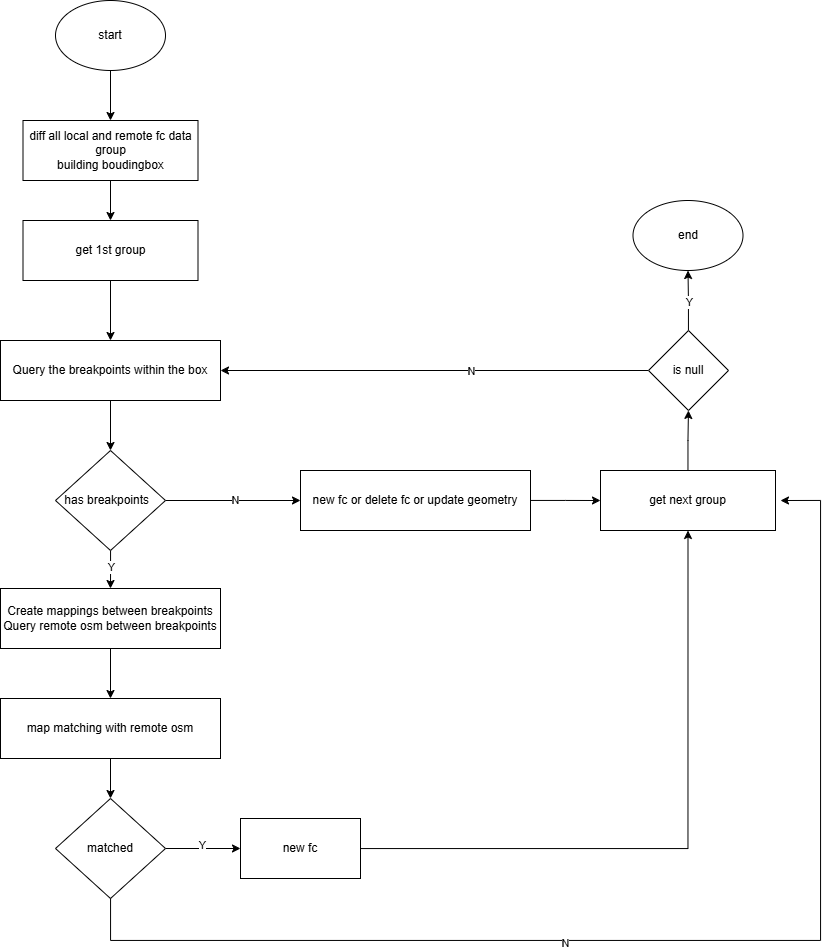
This is expired fc.drawio.png from 472542625/drawio, a draw.io export, as it was before one commit. Source tidied: cells renumbered, new cells last; positions are measured from the earlier drawing's top-left corner, leaving out a move shared by most shapes. Source of this version:
```xml
<mxGraphModel>
  <root>
    <mxCell id="0" />
    <mxCell id="1" parent="0" />
    <mxCell id="2" style="edgeStyle=orthogonalEdgeStyle;rounded=0;jettySize=auto;html=1;entryX=0.5;entryY=0;entryDx=0;entryDy=0;" parent="1" edge="1" source="3" target="7">
      <mxGeometry relative="1" as="geometry" />
    </mxCell>
    <mxCell id="3" value="diff all local and remote fc data&lt;div&gt;group&lt;/div&gt;&lt;div&gt;building boudingbox&lt;/div&gt;" style="rounded=0;whiteSpace=wrap;html=1;" parent="1" vertex="1">
      <mxGeometry x="22.5" y="120" width="175" height="60" as="geometry" />
    </mxCell>
    <mxCell id="4" style="edgeStyle=orthogonalEdgeStyle;rounded=0;jettySize=auto;html=1;entryX=0.5;entryY=0;entryDx=0;entryDy=0;" parent="1" edge="1" source="5" target="3">
      <mxGeometry relative="1" as="geometry" />
    </mxCell>
    <mxCell id="5" value="start" style="ellipse;whiteSpace=wrap;html=1;" parent="1" vertex="1">
      <mxGeometry x="55" width="110" height="70" as="geometry" />
    </mxCell>
    <mxCell id="6" style="edgeStyle=orthogonalEdgeStyle;rounded=0;jettySize=auto;html=1;" parent="1" edge="1" source="7" target="9">
      <mxGeometry relative="1" as="geometry" />
    </mxCell>
    <mxCell id="7" value="get 1st group" style="rounded=0;whiteSpace=wrap;html=1;" parent="1" vertex="1">
      <mxGeometry x="22.5" y="220" width="175" height="60" as="geometry" />
    </mxCell>
    <mxCell id="8" style="edgeStyle=orthogonalEdgeStyle;rounded=0;jettySize=auto;html=1;entryX=0.5;entryY=0;entryDx=0;entryDy=0;" parent="1" edge="1" source="9" target="14">
      <mxGeometry relative="1" as="geometry" />
    </mxCell>
    <mxCell id="9" value="Query the breakpoints within the box" style="rounded=0;whiteSpace=wrap;html=1;" parent="1" vertex="1">
      <mxGeometry y="340" width="220" height="60" as="geometry" />
    </mxCell>
    <mxCell id="10" style="edgeStyle=orthogonalEdgeStyle;rounded=0;jettySize=auto;html=1;entryX=0;entryY=0.5;entryDx=0;entryDy=0;" parent="1" edge="1" source="14" target="18">
      <mxGeometry relative="1" as="geometry" />
    </mxCell>
    <mxCell id="11" value="N" style="edgeLabel;html=1;align=center;verticalAlign=middle;" parent="10" vertex="1">
      <mxGeometry x="0.04" y="1" relative="1" as="geometry" />
    </mxCell>
    <mxCell id="12" style="edgeStyle=orthogonalEdgeStyle;rounded=0;jettySize=auto;html=1;entryX=0.5;entryY=0;entryDx=0;entryDy=0;" parent="1" edge="1" source="14" target="16">
      <mxGeometry relative="1" as="geometry" />
    </mxCell>
    <mxCell id="13" value="Y" style="edgeLabel;html=1;align=center;verticalAlign=middle;" parent="12" vertex="1">
      <mxGeometry x="-0.2" relative="1" as="geometry" />
    </mxCell>
    <mxCell id="14" value="has breakpoints&amp;nbsp;&amp;nbsp;" style="rhombus;whiteSpace=wrap;html=1;" parent="1" vertex="1">
      <mxGeometry x="55" y="450" width="110" height="100" as="geometry" />
    </mxCell>
    <mxCell id="15" style="edgeStyle=orthogonalEdgeStyle;rounded=0;jettySize=auto;html=1;entryX=0.5;entryY=0;entryDx=0;entryDy=0;" parent="1" edge="1" source="16" target="28">
      <mxGeometry relative="1" as="geometry" />
    </mxCell>
    <mxCell id="16" value="Create mappings between breakpoints&lt;div&gt;Query remote osm between breakpoints&lt;/div&gt;" style="rounded=0;whiteSpace=wrap;html=1;" parent="1" vertex="1">
      <mxGeometry y="588" width="220" height="60" as="geometry" />
    </mxCell>
    <mxCell id="17" style="edgeStyle=orthogonalEdgeStyle;rounded=0;jettySize=auto;html=1;" parent="1" edge="1" source="18">
      <mxGeometry relative="1" as="geometry">
        <mxPoint x="600" y="500" as="targetPoint" />
      </mxGeometry>
    </mxCell>
    <mxCell id="18" value="new fc or delete fc or update geometry" style="rounded=0;whiteSpace=wrap;html=1;" parent="1" vertex="1">
      <mxGeometry x="300" y="470" width="230" height="60" as="geometry" />
    </mxCell>
    <mxCell id="19" style="edgeStyle=orthogonalEdgeStyle;rounded=0;jettySize=auto;html=1;" parent="1" edge="1" source="20" target="25">
      <mxGeometry relative="1" as="geometry" />
    </mxCell>
    <mxCell id="20" value="get next group" style="rounded=0;whiteSpace=wrap;html=1;" parent="1" vertex="1">
      <mxGeometry x="600" y="470" width="175" height="60" as="geometry" />
    </mxCell>
    <mxCell id="21" style="edgeStyle=orthogonalEdgeStyle;rounded=0;jettySize=auto;html=1;" parent="1" edge="1" source="25" target="9">
      <mxGeometry relative="1" as="geometry" />
    </mxCell>
    <mxCell id="22" value="N" style="edgeLabel;html=1;align=center;verticalAlign=middle;" parent="21" vertex="1">
      <mxGeometry x="-0.17" relative="1" as="geometry" />
    </mxCell>
    <mxCell id="23" style="edgeStyle=orthogonalEdgeStyle;rounded=0;jettySize=auto;html=1;entryX=0.5;entryY=1;entryDx=0;entryDy=0;" parent="1" edge="1" source="25" target="26">
      <mxGeometry relative="1" as="geometry" />
    </mxCell>
    <mxCell id="24" value="Y" style="edgeLabel;html=1;align=center;verticalAlign=middle;" parent="23" vertex="1">
      <mxGeometry x="-0.07" relative="1" as="geometry" />
    </mxCell>
    <mxCell id="25" value="is null" style="rhombus;whiteSpace=wrap;html=1;" parent="1" vertex="1">
      <mxGeometry x="648" y="330" width="80" height="80" as="geometry" />
    </mxCell>
    <mxCell id="26" value="end" style="ellipse;whiteSpace=wrap;html=1;" parent="1" vertex="1">
      <mxGeometry x="632.5" y="200" width="110" height="70" as="geometry" />
    </mxCell>
    <mxCell id="27" style="edgeStyle=orthogonalEdgeStyle;rounded=0;jettySize=auto;html=1;entryX=0.5;entryY=0;entryDx=0;entryDy=0;" parent="1" edge="1" source="28" target="31">
      <mxGeometry relative="1" as="geometry" />
    </mxCell>
    <mxCell id="28" value="map matching with remote osm" style="rounded=0;whiteSpace=wrap;html=1;" parent="1" vertex="1">
      <mxGeometry y="698" width="220" height="60" as="geometry" />
    </mxCell>
    <mxCell id="29" style="edgeStyle=orthogonalEdgeStyle;rounded=0;jettySize=auto;html=1;" parent="1" edge="1" source="31" target="33">
      <mxGeometry relative="1" as="geometry" />
    </mxCell>
    <mxCell id="30" value="Y" style="edgeLabel;html=1;align=center;verticalAlign=middle;" parent="29" vertex="1">
      <mxGeometry x="-0.04" y="4" relative="1" as="geometry" />
    </mxCell>
    <mxCell id="31" value="matched" style="rhombus;whiteSpace=wrap;html=1;" parent="1" vertex="1">
      <mxGeometry x="55" y="798" width="110" height="100" as="geometry" />
    </mxCell>
    <mxCell id="32" style="edgeStyle=orthogonalEdgeStyle;rounded=0;jettySize=auto;html=1;entryX=0.5;entryY=1;entryDx=0;entryDy=0;" parent="1" edge="1" source="33" target="20">
      <mxGeometry relative="1" as="geometry" />
    </mxCell>
    <mxCell id="33" value="new fc" style="whiteSpace=wrap;html=1;" parent="1" vertex="1">
      <mxGeometry x="240" y="818" width="120" height="60" as="geometry" />
    </mxCell>
    <mxCell id="34" style="edgeStyle=orthogonalEdgeStyle;rounded=0;jettySize=auto;html=1;" parent="1" edge="1" source="31">
      <mxGeometry relative="1" as="geometry">
        <mxPoint x="780" y="500" as="targetPoint" />
        <Array as="points">
          <mxPoint x="110" y="940" />
          <mxPoint x="820" y="940" />
          <mxPoint x="820" y="500" />
        </Array>
      </mxGeometry>
    </mxCell>
    <mxCell id="35" value="N" style="edgeLabel;html=1;align=center;verticalAlign=middle;" parent="34" vertex="1">
      <mxGeometry x="-0.2" y="-2" relative="1" as="geometry" />
    </mxCell>
  </root>
</mxGraphModel>
```
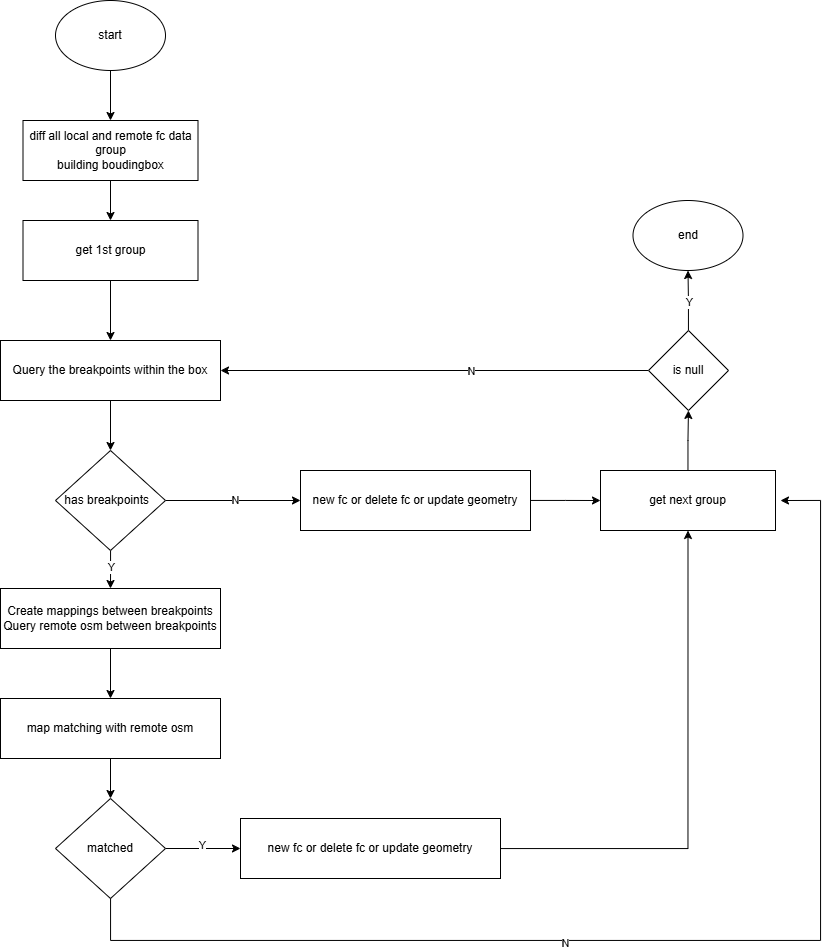
Later version of the same file.

The edit, as a diff of the source:
```diff
@@ -97,8 +97,8 @@
     <mxCell id="32" style="edgeStyle=orthogonalEdgeStyle;rounded=0;jettySize=auto;html=1;entryX=0.5;entryY=1;entryDx=0;entryDy=0;" parent="1" edge="1" source="33" target="20">
       <mxGeometry relative="1" as="geometry" />
     </mxCell>
-    <mxCell id="33" value="new fc" style="whiteSpace=wrap;html=1;" parent="1" vertex="1">
-      <mxGeometry x="240" y="818" width="120" height="60" as="geometry" />
+    <mxCell id="33" value="new fc or delete fc or update geometry" style="whiteSpace=wrap;html=1;" parent="1" vertex="1">
+      <mxGeometry x="240" y="818" width="260" height="60" as="geometry" />
     </mxCell>
     <mxCell id="34" style="edgeStyle=orthogonalEdgeStyle;rounded=0;jettySize=auto;html=1;" parent="1" edge="1" source="31">
       <mxGeometry relative="1" as="geometry">
```
